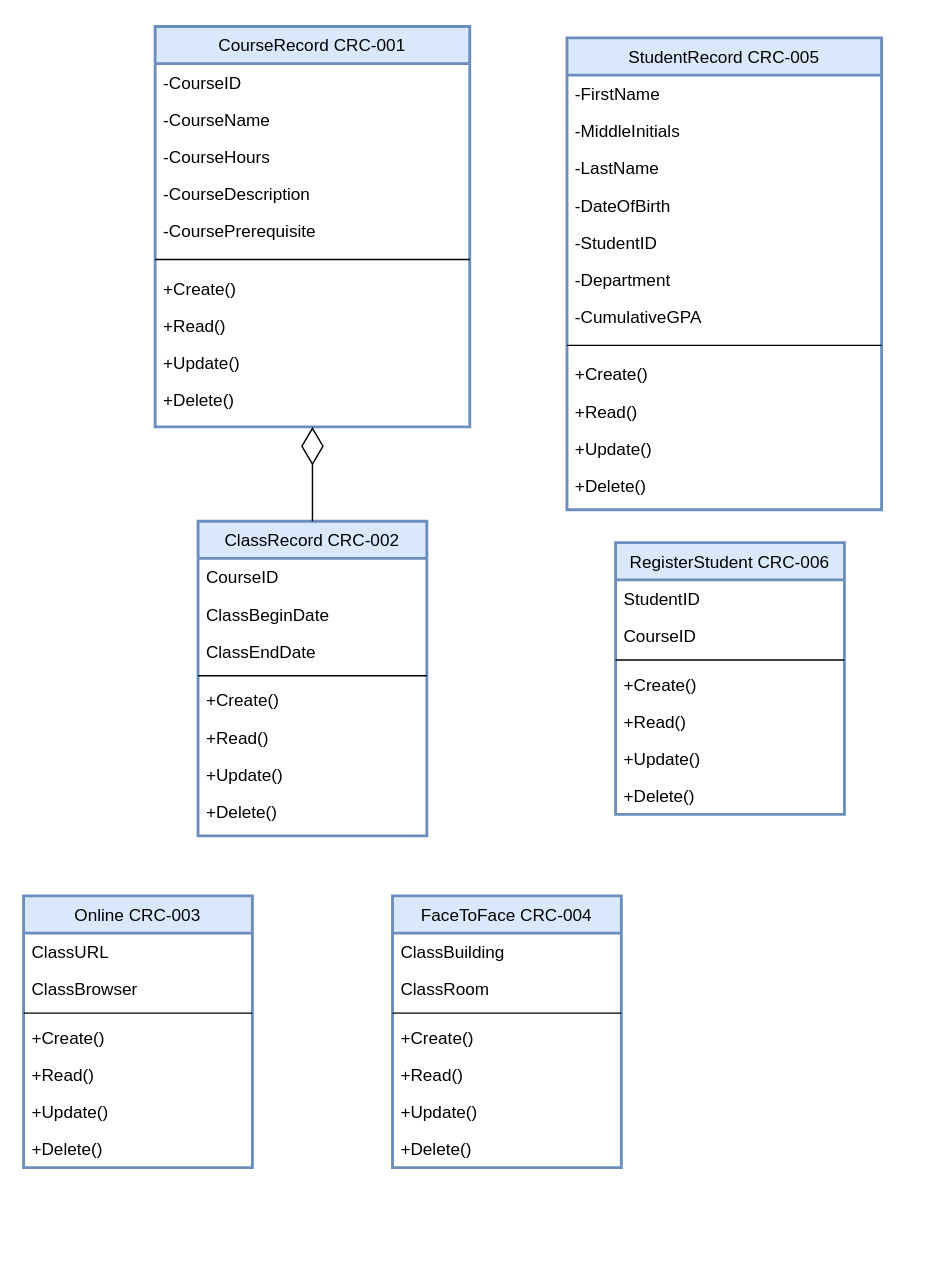
This is 4-1-Assignment.drawio from kincaidtk901/Workspace, a draw.io file, before an edit. Source tidied: cells renumbered, new cells numbered last; positions are measured from the earlier drawing's top-left corner, leaving out a move shared by most shapes. Both pictures are drawn from the tidied source at 143%, with x=0, y=0 at pixel (23, 26).
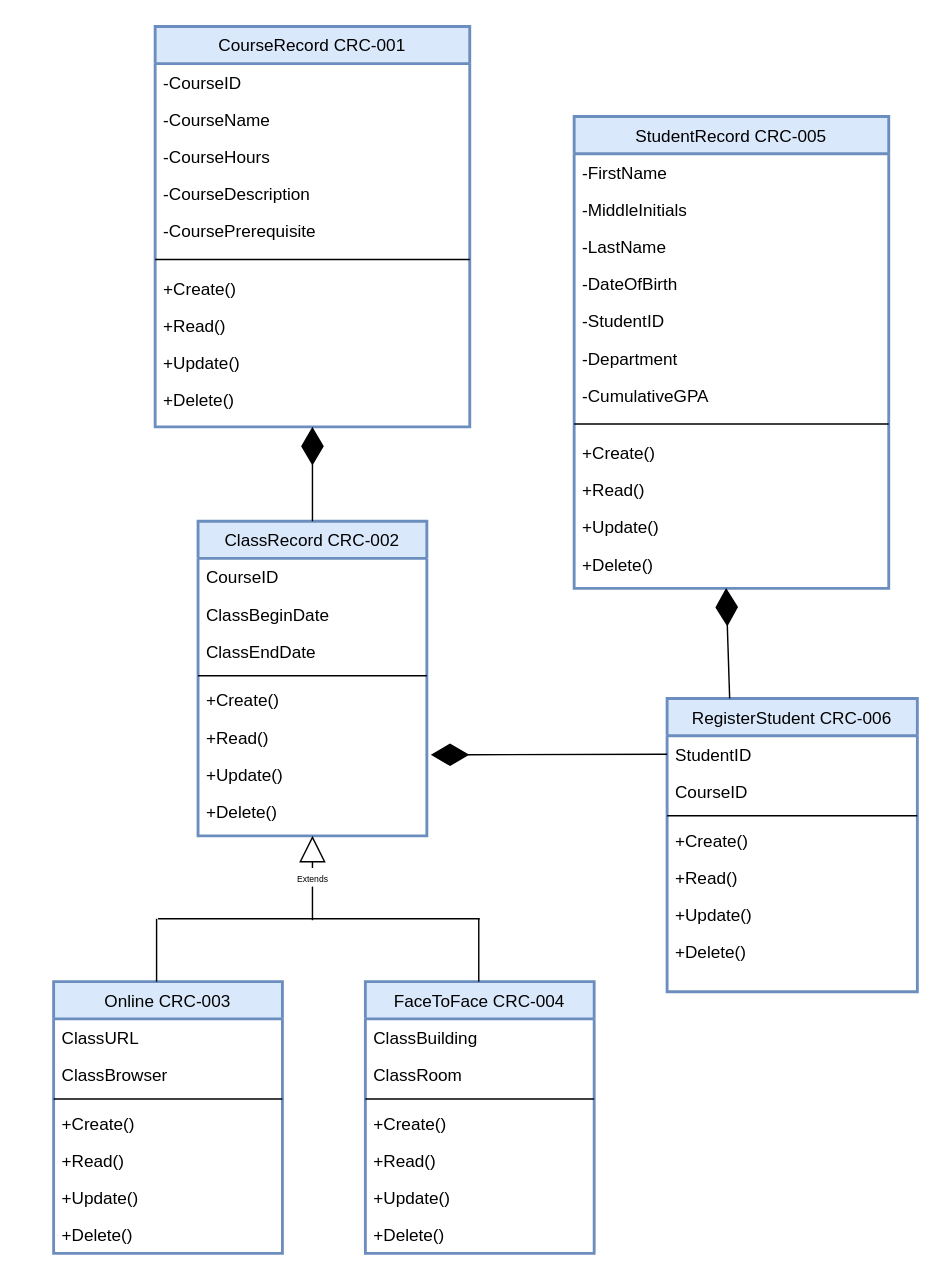
After the change.

Unchanged cells that the change refers to:
```xml
<mxCell id="2" value="ClassRecord CRC-002" style="swimlane;fontStyle=0;align=center;verticalAlign=top;horizontal=1;startSize=26;rounded=0;shadow=0;strokeWidth=2;fillColor=#dae8fc;strokeColor=#6c8ebf;" parent="1" vertex="1">
  <mxGeometry x="122" y="346" width="160" height="220" as="geometry" />
</mxCell>
<mxCell id="8" value="+Read()" style="text;align=left;verticalAlign=top;spacingLeft=4;spacingRight=4;overflow=hidden;points=[[0,0.5],[1,0.5]];portConstraint=eastwest;" parent="2" vertex="1">
  <mxGeometry y="138" width="160" height="26" as="geometry" />
</mxCell>
<mxCell id="11" value="CourseRecord CRC-001" style="swimlane;fontStyle=0;align=center;verticalAlign=top;horizontal=1;startSize=26;rounded=0;shadow=0;strokeWidth=2;fillColor=#dae8fc;strokeColor=#6c8ebf;" parent="1" vertex="1">
  <mxGeometry x="92" width="220" height="280" as="geometry" />
</mxCell>
<mxCell id="50" value="+Delete()" style="text;align=left;verticalAlign=top;spacingLeft=4;spacingRight=4;overflow=hidden;points=[[0,0.5],[1,0.5]];portConstraint=eastwest;" parent="38" vertex="1">
  <mxGeometry y="300" width="220" height="26" as="geometry" />
</mxCell>
```

Change to the diagram source:
```diff
@@
     <mxCell id="22" value="Online CRC-003" style="swimlane;fontStyle=0;align=center;verticalAlign=top;horizontal=1;startSize=26;rounded=0;shadow=0;strokeWidth=2;fillColor=#dae8fc;strokeColor=#6c8ebf;" parent="1" vertex="1">
-      <mxGeometry y="608" width="160" height="190" as="geometry" />
+      <mxGeometry x="21" y="668" width="160" height="190" as="geometry" />
     </mxCell>
@@
     <mxCell id="30" value="FaceToFace CRC-004" style="swimlane;fontStyle=0;align=center;verticalAlign=top;horizontal=1;startSize=26;rounded=0;shadow=0;strokeWidth=2;fillColor=#dae8fc;strokeColor=#6c8ebf;" parent="1" vertex="1">
-      <mxGeometry x="258" y="608" width="160" height="190" as="geometry" />
+      <mxGeometry x="239" y="668" width="160" height="190" as="geometry" />
     </mxCell>
@@
     <mxCell id="38" value="StudentRecord CRC-005" style="swimlane;fontStyle=0;align=center;verticalAlign=top;horizontal=1;startSize=26;rounded=0;shadow=0;strokeWidth=2;fillColor=#dae8fc;strokeColor=#6c8ebf;" parent="1" vertex="1">
-      <mxGeometry x="380" y="8" width="220" height="330" as="geometry" />
+      <mxGeometry x="385" y="63" width="220" height="330" as="geometry" />
     </mxCell>
@@
-    <mxCell id="51" style="endArrow=diamondThin;endFill=0;endSize=24;html=1;entryX=0.5;entryY=1;entryDx=0;entryDy=0;exitX=0.5;exitY=0;exitDx=0;exitDy=0;" parent="1" edge="1" source="2" target="11">
+    <mxCell id="51" style="endArrow=diamondThin;endFill=1;endSize=24;html=1;entryX=0.5;entryY=1;entryDx=0;entryDy=0;exitX=0.5;exitY=0;exitDx=0;exitDy=0;" parent="1" edge="1" source="2" target="11">
       <mxGeometry relative="1" as="geometry" />
     </mxCell>
     <mxCell id="52" value="RegisterStudent CRC-006" style="swimlane;fontStyle=0;align=center;verticalAlign=top;horizontal=1;startSize=26;rounded=0;shadow=0;strokeWidth=2;fillColor=#dae8fc;strokeColor=#6c8ebf;" parent="1" vertex="1">
-      <mxGeometry x="414" y="361" width="160" height="190" as="geometry" />
+      <mxGeometry x="450" y="470" width="175" height="205" as="geometry" />
     </mxCell>
     <mxCell id="53" value="StudentID" style="text;align=left;verticalAlign=top;spacingLeft=4;spacingRight=4;overflow=hidden;points=[[0,0.5],[1,0.5]];portConstraint=eastwest;" parent="52" vertex="1">
-      <mxGeometry y="26" width="160" height="26" as="geometry" />
+      <mxGeometry y="26" width="175" height="26" as="geometry" />
     </mxCell>
     <mxCell id="54" value="CourseID" style="text;align=left;verticalAlign=top;spacingLeft=4;spacingRight=4;overflow=hidden;rounded=0;shadow=0;html=0;" parent="52" vertex="1">
-      <mxGeometry y="52" width="160" height="26" as="geometry" />
+      <mxGeometry y="52" width="175" height="26" as="geometry" />
     </mxCell>
     <mxCell id="55" style="line;html=1;strokeWidth=1;align=left;verticalAlign=middle;spacingTop=-1;spacingLeft=3;spacingRight=3;labelPosition=right;" parent="52" vertex="1">
-      <mxGeometry y="78" width="160" height="8" as="geometry" />
+      <mxGeometry y="78" width="175" height="8" as="geometry" />
     </mxCell>
     <mxCell id="56" value="+Create()" style="text;align=left;verticalAlign=top;spacingLeft=4;spacingRight=4;overflow=hidden;" parent="52" vertex="1">
-      <mxGeometry y="86" width="160" height="26" as="geometry" />
+      <mxGeometry y="86" width="175" height="26" as="geometry" />
     </mxCell>
     <mxCell id="57" value="+Read()" style="text;align=left;verticalAlign=top;spacingLeft=4;spacingRight=4;overflow=hidden;" parent="52" vertex="1">
-      <mxGeometry y="112" width="160" height="26" as="geometry" />
+      <mxGeometry y="112" width="175" height="26" as="geometry" />
     </mxCell>
     <mxCell id="58" value="+Update()" style="text;align=left;verticalAlign=top;spacingLeft=4;spacingRight=4;overflow=hidden;" parent="52" vertex="1">
-      <mxGeometry y="138" width="160" height="26" as="geometry" />
+      <mxGeometry y="138" width="175" height="26" as="geometry" />
     </mxCell>
     <mxCell id="59" value="+Delete()" style="text;align=left;verticalAlign=top;spacingLeft=4;spacingRight=4;overflow=hidden;" parent="52" vertex="1">
-      <mxGeometry y="164" width="160" height="26" as="geometry" />
+      <mxGeometry y="164" width="175" height="26" as="geometry" />
     </mxCell>
+    <mxCell id="60" style="endArrow=none;html=1;exitX=0.5;exitY=0;exitDx=0;exitDy=0;" parent="1" edge="1">
+      <mxGeometry relative="1" as="geometry">
+        <mxPoint x="93" y="668" as="sourcePoint" />
+        <mxPoint x="93" y="624" as="targetPoint" />
+      </mxGeometry>
+    </mxCell>
+    <mxCell id="61" style="endArrow=none;html=1;exitX=0.5;exitY=0;exitDx=0;exitDy=0;" parent="1" edge="1">
+      <mxGeometry relative="1" as="geometry">
+        <mxPoint x="318.3" y="668" as="sourcePoint" />
+        <mxPoint x="318.3" y="624" as="targetPoint" />
+      </mxGeometry>
+    </mxCell>
+    <mxCell id="62" style="endArrow=none;html=1;" parent="1" edge="1">
+      <mxGeometry relative="1" as="geometry">
+        <mxPoint x="94" y="624" as="sourcePoint" />
+        <mxPoint x="319" y="624" as="targetPoint" />
+      </mxGeometry>
+    </mxCell>
+    <mxCell id="63" value="&lt;font style=&quot;font-size: 6px&quot;&gt;Extends&lt;/font&gt;" style="endArrow=block;endSize=16;endFill=0;html=1;entryX=0.5;entryY=1;entryDx=0;entryDy=0;" parent="1" edge="1" target="2">
+      <mxGeometry relative="1" as="geometry">
+        <mxPoint x="202" y="625" as="sourcePoint" />
+      </mxGeometry>
+    </mxCell>
+    <mxCell id="64" style="endArrow=diamondThin;endFill=1;endSize=24;html=1;exitX=0.25;exitY=0;exitDx=0;exitDy=0;entryX=0.483;entryY=1.141;entryDx=0;entryDy=0;entryPerimeter=0;" parent="1" edge="1" source="52" target="50">
+      <mxGeometry relative="1" as="geometry" />
+    </mxCell>
+    <mxCell id="65" style="endArrow=diamondThin;endFill=1;endSize=24;html=1;exitX=0;exitY=0.5;exitDx=0;exitDy=0;entryX=1.017;entryY=0.974;entryDx=0;entryDy=0;entryPerimeter=0;" parent="1" edge="1" source="53" target="8">
+      <mxGeometry relative="1" as="geometry" />
+    </mxCell>
```
